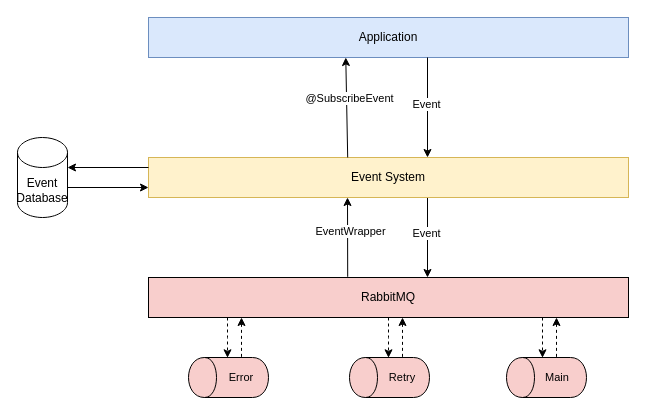
Earlier version of the draw.io diagram resources/architecture.drawio (Fezlight/spring-boot-starter-event-system). Source tidied: cells renumbered, new cells numbered last; positions are measured from the earlier drawing's top-left corner, leaving out a move shared by most shapes. Both pictures are drawn from the tidied source at 100%, with x=0, y=0 at pixel (17, 17).
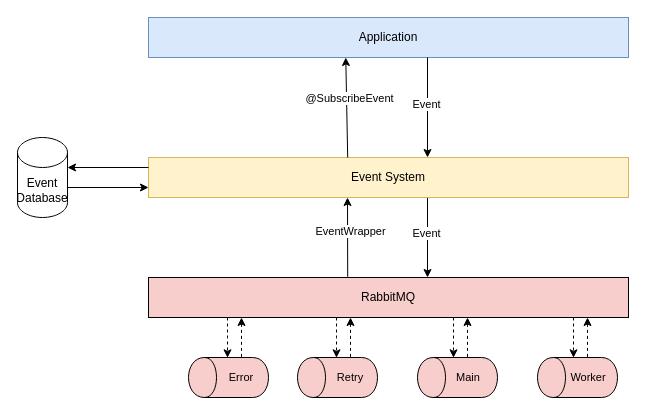
After the change.

Commit message (it also covers changes not shown here):
feature: Add new worker queue to process event

What changed in the source:
```diff
@@
-    <mxCell id="2" value="&lt;span&gt;RabbitMQ&lt;/span&gt;" style="whiteSpace=wrap;html=1;strokeColor=#000000;fontSize=12;fontColor=#000000;align=center;fillColor=#f8cecc;strokeWidth=1;" parent="1" vertex="1">
-      <mxGeometry x="131" y="260" width="480" height="40" as="geometry" />
-    </mxCell>
-    <mxCell id="3" style="shape=cylinder;whiteSpace=wrap;html=1;strokeColor=#000000;strokeWidth=1;fontFamily=Helvetica;fontSize=12;fontColor=#000000;align=center;rotation=-90;fillColor=#f8cecc;" parent="1" vertex="1">
-      <mxGeometry x="191" y="320" width="40" height="80" as="geometry" />
-    </mxCell>
-    <mxCell id="4" style="shape=cylinder;whiteSpace=wrap;html=1;strokeColor=#000000;strokeWidth=1;fontFamily=Helvetica;fontSize=12;fontColor=#000000;align=center;rotation=-90;fillColor=#f8cecc;" parent="1" vertex="1">
-      <mxGeometry x="509" y="320" width="40" height="80" as="geometry" />
-    </mxCell>
-    <mxCell id="5" value="Error" style="text;html=1;strokeColor=none;fillColor=none;align=center;verticalAlign=middle;whiteSpace=wrap;rounded=1;fontFamily=Helvetica;fontSize=11;fontColor=#000000;strokeWidth=2;" parent="1" vertex="1">
-      <mxGeometry x="204" y="350" width="40" height="20" as="geometry" />
-    </mxCell>
-    <mxCell id="6" value="Main" style="text;html=1;strokeColor=none;fillColor=none;align=center;verticalAlign=middle;whiteSpace=wrap;rounded=1;fontFamily=Helvetica;fontSize=11;fontColor=#000000;strokeWidth=2;" parent="1" vertex="1">
-      <mxGeometry x="520" y="350" width="40" height="20" as="geometry" />
-    </mxCell>
-    <mxCell id="7" style="rounded=0;html=1;startArrow=none;startFill=0;endArrow=classic;jettySize=auto;orthogonalLoop=1;strokeColor=#000000;fontSize=12;fontColor=#000000;entryX=0.188;entryY=0;entryPerimeter=0;dashed=1;" parent="1" edge="1">
-      <mxGeometry relative="1" as="geometry">
-        <mxPoint x="210" y="300" as="sourcePoint" />
-        <mxPoint x="210" y="340.3" as="targetPoint" />
-        <Array as="points">
-          <mxPoint x="210" y="320" />
-        </Array>
-      </mxGeometry>
-    </mxCell>
-    <mxCell id="8" style="rounded=0;html=1;startArrow=classic;startFill=1;endArrow=none;jettySize=auto;orthogonalLoop=1;strokeColor=#000000;fontSize=12;fontColor=#000000;entryX=0.217;entryY=0.008;entryPerimeter=0;endFill=0;dashed=1;" parent="1" edge="1">
-      <mxGeometry relative="1" as="geometry">
-        <mxPoint x="224" y="300" as="sourcePoint" />
-        <mxPoint x="224" y="340.3" as="targetPoint" />
-      </mxGeometry>
-    </mxCell>
-    <mxCell id="9" style="rounded=0;html=1;startArrow=none;startFill=0;endArrow=classic;jettySize=auto;orthogonalLoop=1;strokeColor=#000000;fontSize=12;fontColor=#000000;entryX=0.188;entryY=0;entryPerimeter=0;dashed=1;" parent="1" edge="1">
-      <mxGeometry relative="1" as="geometry">
-        <mxPoint x="525" y="300" as="sourcePoint" />
-        <mxPoint x="525" y="340.3" as="targetPoint" />
-      </mxGeometry>
-    </mxCell>
-    <mxCell id="10" style="rounded=0;html=1;startArrow=classic;startFill=1;endArrow=none;jettySize=auto;orthogonalLoop=1;strokeColor=#000000;fontSize=12;fontColor=#000000;entryX=0.217;entryY=0.008;entryPerimeter=0;endFill=0;dashed=1;" parent="1" edge="1">
-      <mxGeometry relative="1" as="geometry">
-        <mxPoint x="539" y="300" as="sourcePoint" />
-        <mxPoint x="539" y="340.3" as="targetPoint" />
-      </mxGeometry>
-    </mxCell>
-    <mxCell id="11" style="shape=cylinder;whiteSpace=wrap;html=1;strokeColor=#000000;strokeWidth=1;fontFamily=Helvetica;fontSize=12;fontColor=#000000;align=center;rotation=-90;fillColor=#f8cecc;" parent="1" vertex="1">
-      <mxGeometry x="352" y="320" width="40" height="80" as="geometry" />
-    </mxCell>
-    <mxCell id="12" value="Retry" style="text;html=1;strokeColor=none;fillColor=none;align=center;verticalAlign=middle;whiteSpace=wrap;rounded=1;fontFamily=Helvetica;fontSize=11;fontColor=#000000;strokeWidth=2;" parent="1" vertex="1">
-      <mxGeometry x="365" y="350" width="40" height="20" as="geometry" />
-    </mxCell>
-    <mxCell id="13" style="rounded=0;html=1;startArrow=none;startFill=0;endArrow=classic;jettySize=auto;orthogonalLoop=1;strokeColor=#000000;fontSize=12;fontColor=#000000;entryX=0.188;entryY=0;entryPerimeter=0;dashed=1;" parent="1" edge="1">
-      <mxGeometry relative="1" as="geometry">
-        <mxPoint x="371" y="300" as="sourcePoint" />
-        <mxPoint x="371" y="340.3" as="targetPoint" />
-        <Array as="points">
-          <mxPoint x="371" y="320" />
-        </Array>
-      </mxGeometry>
-    </mxCell>
-    <mxCell id="14" style="rounded=0;html=1;startArrow=classic;startFill=1;endArrow=none;jettySize=auto;orthogonalLoop=1;strokeColor=#000000;fontSize=12;fontColor=#000000;entryX=0.217;entryY=0.008;entryPerimeter=0;endFill=0;dashed=1;" parent="1" edge="1">
-      <mxGeometry relative="1" as="geometry">
-        <mxPoint x="385" y="300" as="sourcePoint" />
-        <mxPoint x="385" y="340.3" as="targetPoint" />
-      </mxGeometry>
-    </mxCell>
@@
+    <mxCell id="2" value="&lt;span&gt;RabbitMQ&lt;/span&gt;" style="whiteSpace=wrap;html=1;strokeColor=#000000;fontSize=12;fontColor=#000000;align=center;fillColor=#f8cecc;strokeWidth=1;" parent="1" vertex="1">
+      <mxGeometry x="131" y="260" width="480" height="40" as="geometry" />
+    </mxCell>
+    <mxCell id="3" style="shape=cylinder;whiteSpace=wrap;html=1;strokeColor=#000000;strokeWidth=1;fontFamily=Helvetica;fontSize=12;fontColor=#000000;align=center;rotation=-90;fillColor=#f8cecc;" parent="1" vertex="1">
+      <mxGeometry x="191" y="320" width="40" height="80" as="geometry" />
+    </mxCell>
+    <mxCell id="28" style="shape=cylinder;whiteSpace=wrap;html=1;strokeColor=#000000;strokeWidth=1;fontFamily=Helvetica;fontSize=12;fontColor=#000000;align=center;rotation=-90;fillColor=#f8cecc;" parent="1" vertex="1">
+      <mxGeometry x="420" y="320" width="40" height="80" as="geometry" />
+    </mxCell>
+    <mxCell id="5" value="Error" style="text;html=1;strokeColor=none;fillColor=none;align=center;verticalAlign=middle;whiteSpace=wrap;rounded=1;fontFamily=Helvetica;fontSize=11;fontColor=#000000;strokeWidth=2;" parent="1" vertex="1">
+      <mxGeometry x="204" y="350" width="40" height="20" as="geometry" />
+    </mxCell>
+    <mxCell id="6" value="Main" style="text;html=1;strokeColor=none;fillColor=none;align=center;verticalAlign=middle;whiteSpace=wrap;rounded=1;fontFamily=Helvetica;fontSize=11;fontColor=#000000;strokeWidth=2;" parent="1" vertex="1">
+      <mxGeometry x="431" y="350" width="40" height="20" as="geometry" />
+    </mxCell>
+    <mxCell id="29" style="rounded=0;html=1;startArrow=none;startFill=0;endArrow=classic;jettySize=auto;orthogonalLoop=1;strokeColor=#000000;fontSize=12;fontColor=#000000;entryX=0.188;entryY=0;entryPerimeter=0;dashed=1;" parent="1" edge="1">
+      <mxGeometry relative="1" as="geometry">
+        <mxPoint x="210" y="300" as="sourcePoint" />
+        <mxPoint x="210" y="340.3" as="targetPoint" />
+        <Array as="points">
+          <mxPoint x="210" y="320" />
+        </Array>
+      </mxGeometry>
+    </mxCell>
+    <mxCell id="30" style="rounded=0;html=1;startArrow=classic;startFill=1;endArrow=none;jettySize=auto;orthogonalLoop=1;strokeColor=#000000;fontSize=12;fontColor=#000000;entryX=0.217;entryY=0.008;entryPerimeter=0;endFill=0;dashed=1;" parent="1" edge="1">
+      <mxGeometry relative="1" as="geometry">
+        <mxPoint x="224" y="300" as="sourcePoint" />
+        <mxPoint x="224" y="340.3" as="targetPoint" />
+      </mxGeometry>
+    </mxCell>
+    <mxCell id="31" style="rounded=0;html=1;startArrow=none;startFill=0;endArrow=classic;jettySize=auto;orthogonalLoop=1;strokeColor=#000000;fontSize=12;fontColor=#000000;entryX=0.188;entryY=0;entryPerimeter=0;dashed=1;" parent="1" edge="1">
+      <mxGeometry relative="1" as="geometry">
+        <mxPoint x="436" y="300" as="sourcePoint" />
+        <mxPoint x="436" y="340.3" as="targetPoint" />
+      </mxGeometry>
+    </mxCell>
+    <mxCell id="32" style="rounded=0;html=1;startArrow=classic;startFill=1;endArrow=none;jettySize=auto;orthogonalLoop=1;strokeColor=#000000;fontSize=12;fontColor=#000000;entryX=0.217;entryY=0.008;entryPerimeter=0;endFill=0;dashed=1;" parent="1" edge="1">
+      <mxGeometry relative="1" as="geometry">
+        <mxPoint x="450" y="300" as="sourcePoint" />
+        <mxPoint x="450" y="340.3" as="targetPoint" />
+      </mxGeometry>
+    </mxCell>
+    <mxCell id="33" style="shape=cylinder;whiteSpace=wrap;html=1;strokeColor=#000000;strokeWidth=1;fontFamily=Helvetica;fontSize=12;fontColor=#000000;align=center;rotation=-90;fillColor=#f8cecc;" parent="1" vertex="1">
+      <mxGeometry x="300" y="320" width="40" height="80" as="geometry" />
+    </mxCell>
+    <mxCell id="12" value="Retry" style="text;html=1;strokeColor=none;fillColor=none;align=center;verticalAlign=middle;whiteSpace=wrap;rounded=1;fontFamily=Helvetica;fontSize=11;fontColor=#000000;strokeWidth=2;" parent="1" vertex="1">
+      <mxGeometry x="313" y="350" width="40" height="20" as="geometry" />
+    </mxCell>
+    <mxCell id="34" style="rounded=0;html=1;startArrow=none;startFill=0;endArrow=classic;jettySize=auto;orthogonalLoop=1;strokeColor=#000000;fontSize=12;fontColor=#000000;entryX=0.188;entryY=0;entryPerimeter=0;dashed=1;" parent="1" edge="1">
+      <mxGeometry relative="1" as="geometry">
+        <mxPoint x="319" y="300" as="sourcePoint" />
+        <mxPoint x="319" y="340.3" as="targetPoint" />
+        <Array as="points">
+          <mxPoint x="319" y="320" />
+        </Array>
+      </mxGeometry>
+    </mxCell>
+    <mxCell id="35" style="rounded=0;html=1;startArrow=classic;startFill=1;endArrow=none;jettySize=auto;orthogonalLoop=1;strokeColor=#000000;fontSize=12;fontColor=#000000;entryX=0.217;entryY=0.008;entryPerimeter=0;endFill=0;dashed=1;" parent="1" edge="1">
+      <mxGeometry relative="1" as="geometry">
+        <mxPoint x="333" y="300" as="sourcePoint" />
+        <mxPoint x="333" y="340.3" as="targetPoint" />
+      </mxGeometry>
+    </mxCell>
+    <mxCell id="36" style="shape=cylinder;whiteSpace=wrap;html=1;strokeColor=#000000;strokeWidth=1;fontFamily=Helvetica;fontSize=12;fontColor=#000000;align=center;rotation=-90;fillColor=#f8cecc;" parent="1" vertex="1">
+      <mxGeometry x="540" y="320" width="40" height="80" as="geometry" />
+    </mxCell>
+    <mxCell id="37" value="Worker" style="text;html=1;strokeColor=none;fillColor=none;align=center;verticalAlign=middle;whiteSpace=wrap;rounded=1;fontFamily=Helvetica;fontSize=11;fontColor=#000000;strokeWidth=2;" parent="1" vertex="1">
+      <mxGeometry x="551" y="350" width="40" height="20" as="geometry" />
+    </mxCell>
+    <mxCell id="38" style="rounded=0;html=1;startArrow=none;startFill=0;endArrow=classic;jettySize=auto;orthogonalLoop=1;strokeColor=#000000;fontSize=12;fontColor=#000000;entryX=0.188;entryY=0;entryPerimeter=0;dashed=1;" parent="1" edge="1">
+      <mxGeometry relative="1" as="geometry">
+        <mxPoint x="556" y="300" as="sourcePoint" />
+        <mxPoint x="556" y="340.3" as="targetPoint" />
+      </mxGeometry>
+    </mxCell>
+    <mxCell id="39" style="rounded=0;html=1;startArrow=classic;startFill=1;endArrow=none;jettySize=auto;orthogonalLoop=1;strokeColor=#000000;fontSize=12;fontColor=#000000;entryX=0.217;entryY=0.008;entryPerimeter=0;endFill=0;dashed=1;" parent="1" edge="1">
+      <mxGeometry relative="1" as="geometry">
+        <mxPoint x="570" y="300" as="sourcePoint" />
+        <mxPoint x="570" y="340.3" as="targetPoint" />
+      </mxGeometry>
+    </mxCell>
```
